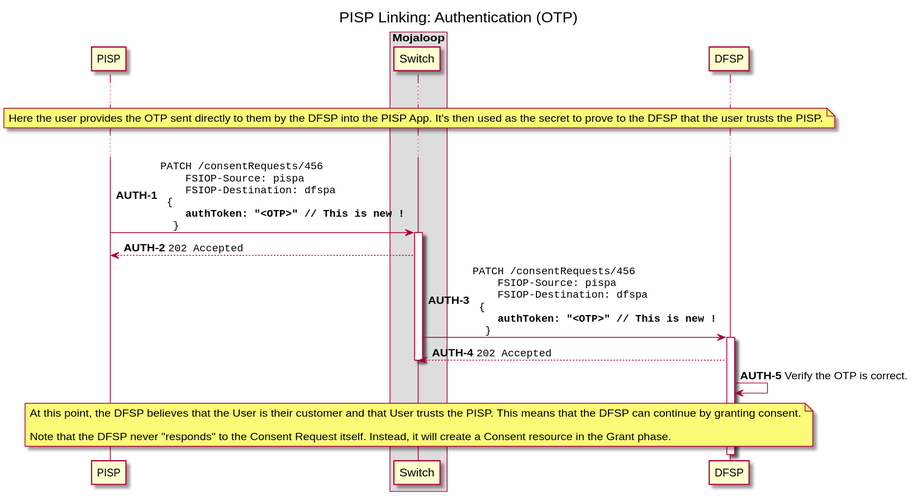
The PlantUML diagram docs/out/linking/3-authentication-otp.svg in mojaloop/pisp-project, before a commit. Its source is kept beside it as docs/linking/3-authentication-otp.puml.
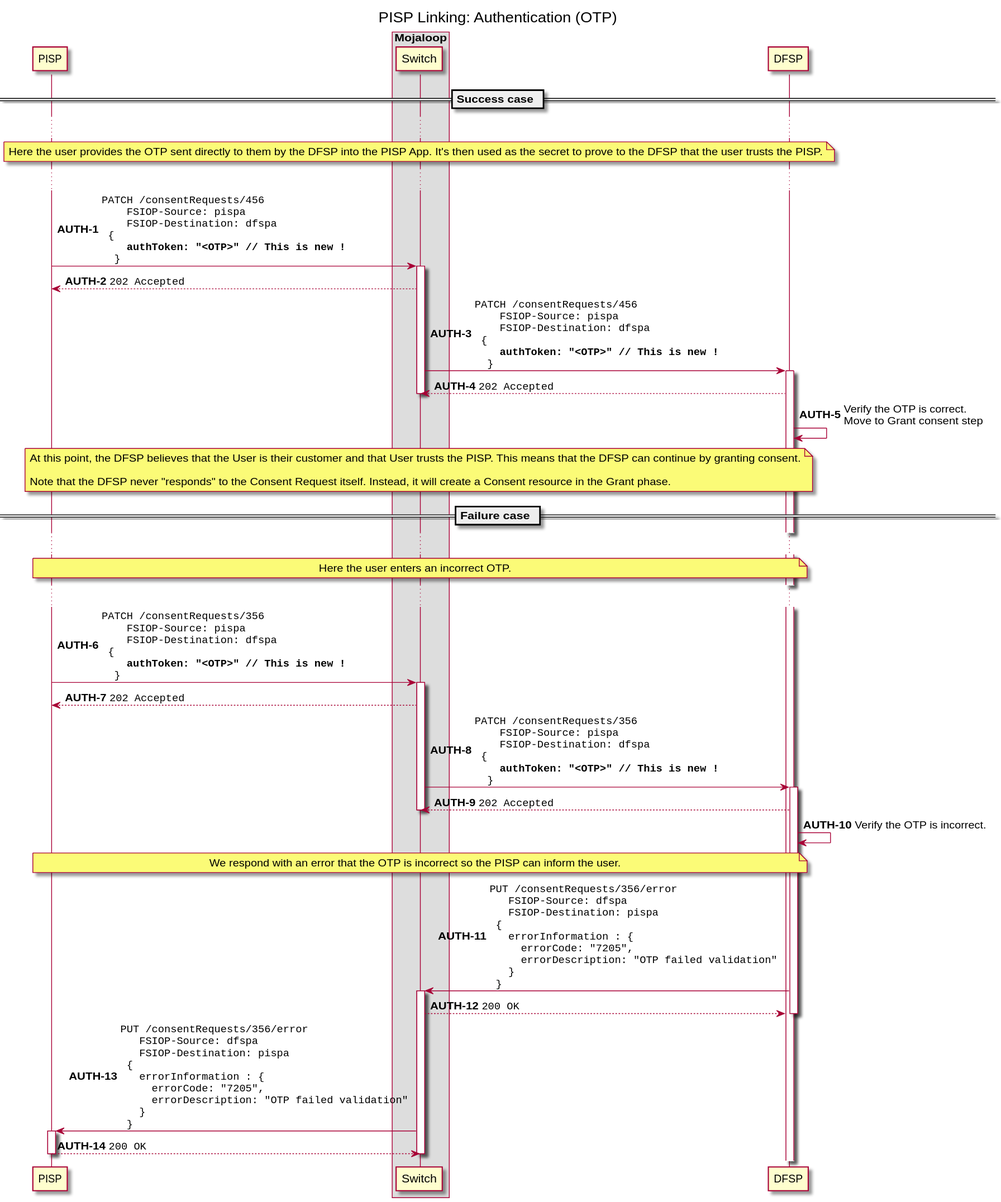
After the commit.

Commit message:
doc: update authentication and grant consent diagram

Diff of the diagram source:
```diff
@@ -11,6 +11,8 @@
 participant "DFSP" as DFSP
 
 autonumber 1 "<b>AUTH-#</b>"
+
+== Success case ==
 
 ...
 
@@ -38,7 +40,7 @@
 DFSP --> Switch: ""202 Accepted""
 deactivate Switch
 
-DFSP -> DFSP: Verify the OTP is correct.
+DFSP -> DFSP: Verify the OTP is correct.\nMove to Grant consent step
 
 note over PISP, DFSP
   At this point, the DFSP believes that the User is their customer and that User trusts the PISP. This means that the DFSP can continue by granting consent.
@@ -46,4 +48,63 @@
   Note that the DFSP never "responds" to the Consent Request itself. Instead, it will create a Consent resource in the Grant phase.
 end note
 
+== Failure case ==
+
+...
+
+note over PISP, DFSP
+  Here the user enters an incorrect OTP.
+end note
+
+...
+
+PISP -> Switch ++: ""PATCH /consentRequests/356""\n\
+    ""  FSIOP-Source: pispa""\n\
+    ""  FSIOP-Destination: dfspa""\n\
+"" {""\n\
+    ""  **authToken: "<OTP>" // This is new !**""\n\
+    ""}""
+Switch --> PISP: ""202 Accepted""
+deactivate PISP
+
+Switch -> DFSP ++: ""PATCH /consentRequests/356""\n\
+    ""  FSIOP-Source: pispa""\n\
+    ""  FSIOP-Destination: dfspa""\n\
+"" {""\n\
+    ""  **authToken: "<OTP>" // This is new !**""\n\
+    ""}""
+DFSP --> Switch: ""202 Accepted""
+deactivate Switch
+
+DFSP -> DFSP: Verify the OTP is incorrect.
+
+note over PISP, DFSP
+  We respond with an error that the OTP is incorrect so the PISP can inform the user.
+end note
+
+DFSP -> Switch ++: ""PUT /consentRequests/356/error""\n\
+  ""  FSIOP-Source: dfspa""\n\
+  ""  FSIOP-Destination: pispa""\n\
+  ""{""\n\
+  ""  errorInformation : { ""\n\
+  ""    errorCode: "7205", ""\n\
+  ""    errorDescription: "OTP failed validation" ""\n\
+  ""  } ""\n\
+  ""}""
+Switch --> DFSP: ""200 OK""
+deactivate DFSP
+
+Switch -> PISP ++: ""PUT /consentRequests/356/error""\n\
+  ""  FSIOP-Source: dfspa""\n\
+  ""  FSIOP-Destination: pispa""\n\
+  ""{""\n\
+  ""  errorInformation : { ""\n\
+  ""    errorCode: "7205", ""\n\
+  ""    errorDescription: "OTP failed validation" ""\n\
+  ""  } ""\n\
+  ""}""
+PISP --> Switch: ""200 OK""
+deactivate Switch
+deactivate PISP
+
 @enduml
```
